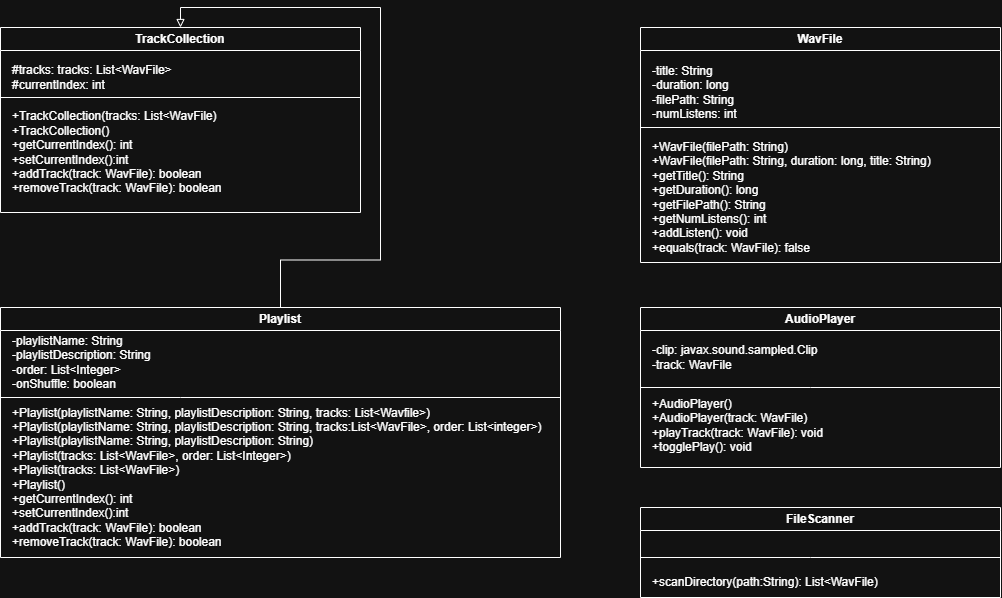
Earlier version of the draw.io export docs/FinalProjectUML.png (rodionzuban/sdev200-final-project). Source tidied: cells renumbered, new cells last; positions are measured from the earlier drawing's top-left corner, leaving out a move shared by most shapes.
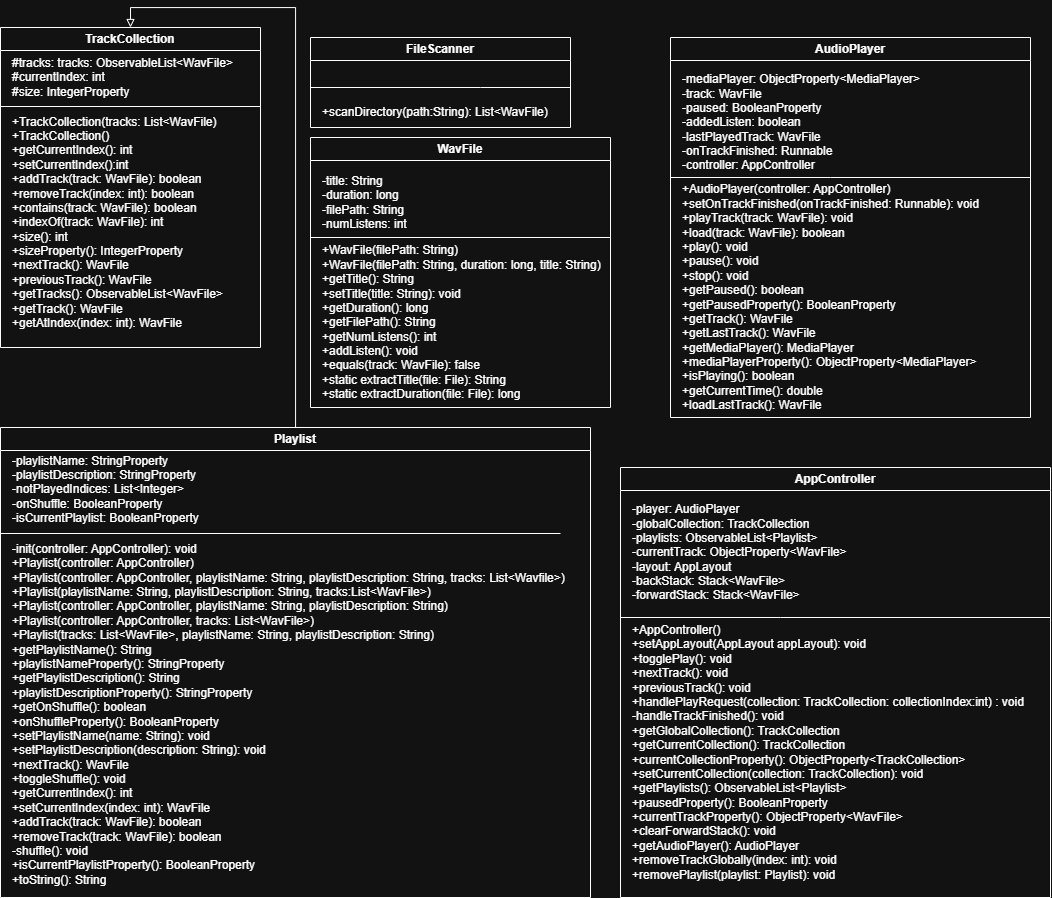
After the commit.

Diff of the diagram source:
```diff
@@ -3,75 +3,73 @@
     <mxCell id="0" />
     <mxCell id="1" parent="0" />
     <mxCell id="2" value="WavFile" style="swimlane;whiteSpace=wrap;html=1;" parent="1" vertex="1">
-      <mxGeometry x="640" width="360" height="235" as="geometry" />
+      <mxGeometry x="310" y="110" width="300" height="270" as="geometry" />
     </mxCell>
     <mxCell id="3" value="-title: String&lt;div&gt;-duration: long&lt;/div&gt;&lt;div&gt;-filePath: String&lt;/div&gt;&lt;div&gt;-numListens: int&lt;/div&gt;" style="text;html=1;align=left;verticalAlign=middle;strokeColor=none;fillColor=none;" parent="2" vertex="1">
       <mxGeometry x="10" y="30" width="110" height="70" as="geometry" />
     </mxCell>
-    <mxCell id="4" value="&lt;div&gt;+WavFile(filePath: String)&lt;/div&gt;&lt;div&gt;+WavFile(filePath: String, duration: long, title: String)&lt;/div&gt;+getTitle(): String&lt;div&gt;+getDuration(): long&lt;/div&gt;&lt;div&gt;+getFilePath(): String&lt;/div&gt;&lt;div&gt;+getNumListens(): int&lt;/div&gt;&lt;div&gt;+addListen(): void&lt;/div&gt;&lt;div&gt;+equals(track: WavFile): false&lt;/div&gt;" style="text;html=1;align=left;verticalAlign=middle;strokeColor=none;fillColor=none;" parent="2" vertex="1">
-      <mxGeometry x="10" y="105" width="300" height="130" as="geometry" />
+    <mxCell id="4" value="&lt;div&gt;+WavFile(filePath: String)&lt;/div&gt;&lt;div&gt;+WavFile(filePath: String, duration: long, title: String)&lt;/div&gt;+getTitle(): String&lt;div&gt;+setTitle(title: String): void&lt;br&gt;&lt;div&gt;+getDuration(): long&lt;/div&gt;&lt;div&gt;+getFilePath(): String&lt;/div&gt;&lt;div&gt;+getNumListens(): int&lt;/div&gt;&lt;div&gt;+addListen(): void&lt;/div&gt;&lt;div&gt;+equals(track: WavFile): false&lt;/div&gt;&lt;/div&gt;&lt;div&gt;+static extractTitle(file: File): String&lt;/div&gt;&lt;div&gt;+static extractDuration(file: File): long&lt;/div&gt;" style="text;html=1;align=left;verticalAlign=middle;strokeColor=none;fillColor=none;" parent="2" vertex="1">
+      <mxGeometry x="10" y="100" width="300" height="170" as="geometry" />
     </mxCell>
     <mxCell id="5" style="endArrow=none;html=1;rounded=0;" parent="2" edge="1">
       <mxGeometry relative="1" as="geometry">
         <mxPoint y="100" as="sourcePoint" />
-        <mxPoint x="360" y="100" as="targetPoint" />
+        <mxPoint x="300" y="100" as="targetPoint" />
       </mxGeometry>
     </mxCell>
     <mxCell id="6" value="TrackCollection" style="swimlane;whiteSpace=wrap;html=1;" parent="1" vertex="1">
-      <mxGeometry width="360" height="185" as="geometry" />
+      <mxGeometry width="260" height="320" as="geometry" />
     </mxCell>
-    <mxCell id="7" value="#tracks: tracks: List&amp;lt;WavFile&amp;gt;&lt;div&gt;#currentIndex: int&lt;/div&gt;" style="text;html=1;align=left;verticalAlign=middle;strokeColor=none;fillColor=none;" parent="6" vertex="1">
-      <mxGeometry x="10" y="30" width="180" height="40" as="geometry" />
+    <mxCell id="7" value="#tracks: tracks: ObservableList&amp;lt;WavFile&amp;gt;&lt;div&gt;#currentIndex: int&lt;/div&gt;&lt;div&gt;#size: IntegerProperty&lt;/div&gt;" style="text;html=1;align=left;verticalAlign=middle;strokeColor=none;fillColor=none;" parent="6" vertex="1">
+      <mxGeometry x="10" y="20" width="240" height="60" as="geometry" />
     </mxCell>
-    <mxCell id="8" value="&lt;div&gt;+TrackCollection(tracks: List&amp;lt;WavFile)&lt;/div&gt;&lt;div&gt;+TrackCollection()&lt;/div&gt;+getCurrentIndex(): int&lt;div&gt;+setCurrentIndex():int&lt;/div&gt;&lt;div&gt;+addTrack(track: WavFile): boolean&lt;/div&gt;&lt;div&gt;+removeTrack(track: WavFile): boolean&lt;/div&gt;" style="text;html=1;align=left;verticalAlign=middle;strokeColor=none;fillColor=none;" parent="6" vertex="1">
-      <mxGeometry x="10" y="75" width="230" height="100" as="geometry" />
+    <mxCell id="8" value="&lt;div&gt;+TrackCollection(tracks: List&amp;lt;WavFile)&lt;/div&gt;&lt;div&gt;+TrackCollection()&lt;/div&gt;+getCurrentIndex(): int&lt;div&gt;+setCurrentIndex():int&lt;/div&gt;&lt;div&gt;+addTrack(track: WavFile): boolean&lt;/div&gt;&lt;div&gt;+removeTrack(index: int): boolean&lt;/div&gt;&lt;div&gt;+contains(track: WavFile): boolean&lt;/div&gt;&lt;div&gt;+indexOf(track: WavFile): int&lt;/div&gt;&lt;div&gt;+size(): int&lt;/div&gt;&lt;div&gt;+sizeProperty(): IntegerProperty&lt;/div&gt;&lt;div&gt;+nextTrack(): WavFile&lt;/div&gt;&lt;div&gt;+previousTrack(): WavFile&lt;/div&gt;&lt;div&gt;+getTracks(): ObservableList&amp;lt;WavFile&amp;gt;&lt;/div&gt;&lt;div&gt;+getTrack(): WavFile&lt;/div&gt;&lt;div&gt;+getAtIndex(index: int): WavFile&lt;/div&gt;" style="text;html=1;align=left;verticalAlign=middle;strokeColor=none;fillColor=none;" parent="6" vertex="1">
+      <mxGeometry x="10" y="80" width="230" height="230" as="geometry" />
     </mxCell>
-    <mxCell id="9" style="endArrow=none;html=1;rounded=0;" parent="1" edge="1">
+    <mxCell id="9" style="endArrow=none;html=1;rounded=0;" parent="6" edge="1">
       <mxGeometry relative="1" as="geometry">
-        <mxPoint y="70" as="sourcePoint" />
-        <mxPoint x="360" y="70" as="targetPoint" />
+        <mxPoint y="79" as="sourcePoint" />
+        <mxPoint x="260" y="79" as="targetPoint" />
       </mxGeometry>
     </mxCell>
     <mxCell id="10" style="edgeStyle=orthogonalEdgeStyle;rounded=0;jettySize=auto;html=1;entryX=0.5;entryY=0;entryDx=0;entryDy=0;endArrow=block;endFill=0;" parent="1" edge="1" source="11" target="6">
       <mxGeometry relative="1" as="geometry" />
     </mxCell>
     <mxCell id="11" value="Playlist" style="swimlane;whiteSpace=wrap;html=1;" parent="1" vertex="1">
-      <mxGeometry y="280" width="560" height="250" as="geometry" />
+      <mxGeometry y="400" width="590" height="470" as="geometry" />
     </mxCell>
-    <mxCell id="12" value="-playlistName: String&lt;div&gt;-playlistDescription: String&lt;/div&gt;&lt;div&gt;-order: List&amp;lt;Integer&amp;gt;&lt;/div&gt;&lt;div&gt;-onShuffle: boolean&lt;/div&gt;" style="text;html=1;align=left;verticalAlign=middle;strokeColor=none;fillColor=none;" parent="11" vertex="1">
-      <mxGeometry x="10" y="20" width="160" height="70" as="geometry" />
+    <mxCell id="12" value="-playlistName: StringProperty&lt;div&gt;-playlistDescription: StringProperty&lt;/div&gt;&lt;div&gt;-notPlayedIndices: List&amp;lt;Integer&amp;gt;&lt;/div&gt;&lt;div&gt;-onShuffle: BooleanProperty&lt;/div&gt;&lt;div&gt;-isCurrentPlaylist: BooleanProperty&lt;/div&gt;" style="text;html=1;align=left;verticalAlign=middle;strokeColor=none;fillColor=none;" parent="11" vertex="1">
+      <mxGeometry x="10" y="17" width="210" height="90" as="geometry" />
     </mxCell>
-    <mxCell id="13" value="&lt;div&gt;+Playlist(playlistName: String, playlistDescription: String, tracks: List&amp;lt;Wavfile&amp;gt;)&lt;/div&gt;&lt;div&gt;+Playlist(playlistName: String, playlistDescription: String, tracks:List&amp;lt;WavFile&amp;gt;, order: List&amp;lt;integer&amp;gt;)&lt;/div&gt;&lt;div&gt;+Playlist(playlistName: String, playlistDescription: String)&lt;/div&gt;&lt;div&gt;+Playlist(tracks: List&amp;lt;WavFile&amp;gt;, order: List&amp;lt;Integer&amp;gt;)&lt;/div&gt;&lt;div&gt;+Playlist(tracks: List&amp;lt;WavFile&amp;gt;)&lt;/div&gt;&lt;div&gt;+Playlist()&lt;/div&gt;+getCurrentIndex(): int&lt;div&gt;+setCurrentIndex():int&lt;/div&gt;&lt;div&gt;+addTrack(track: WavFile): boolean&lt;/div&gt;&lt;div&gt;+removeTrack(track: WavFile): boolean&lt;/div&gt;" style="text;html=1;align=left;verticalAlign=middle;points=[];strokeColor=none;fillColor=none;" parent="11" vertex="1">
-      <mxGeometry x="10" y="90" width="550" height="160" as="geometry" />
+    <mxCell id="13" value="&lt;div&gt;-init(controller: AppController): void&lt;/div&gt;&lt;div&gt;+Playlist(controller: AppController)&lt;/div&gt;&lt;div&gt;+Playlist(controller: AppController, playlistName: String, playlistDescription: String, tracks: List&amp;lt;Wavfile&amp;gt;)&lt;/div&gt;&lt;div&gt;+Playlist(playlistName: String, playlistDescription: String, tracks:List&amp;lt;WavFile&amp;gt;)&lt;/div&gt;&lt;div&gt;+Playlist(controller: AppController, playlistName: String, playlistDescription: String)&lt;/div&gt;&lt;div&gt;+Playlist(controller: AppController, tracks: List&amp;lt;WavFile&amp;gt;)&lt;/div&gt;&lt;div&gt;+Playlist(tracks: List&amp;lt;WavFile&amp;gt;, playlistName: String, playlistDescription: String)&lt;/div&gt;&lt;div&gt;+getPlaylistName(): String&lt;/div&gt;&lt;div&gt;+playlistNameProperty(): StringProperty&lt;/div&gt;&lt;div&gt;+getPlaylistDescription(): String&lt;/div&gt;&lt;div&gt;+playlistDescriptionProperty(): StringProperty&lt;/div&gt;&lt;div&gt;+getOnShuffle(): boolean&lt;/div&gt;&lt;div&gt;+onShuffleProperty(): BooleanProperty&lt;/div&gt;&lt;div&gt;+setPlaylistName(name: String): void&lt;/div&gt;&lt;div&gt;+setPlaylistDescription(description: String): void&lt;/div&gt;&lt;div&gt;+nextTrack(): WavFile&lt;/div&gt;&lt;div&gt;+toggleShuffle(): void&lt;br&gt;&lt;/div&gt;+getCurrentIndex(): int&lt;div&gt;+setCurrentIndex(index: int): WavFile&lt;/div&gt;&lt;div&gt;+addTrack(track: WavFile): boolean&lt;/div&gt;&lt;div&gt;+removeTrack(track: WavFile): boolean&lt;/div&gt;&lt;div&gt;-shuffle(): void&lt;/div&gt;&lt;div&gt;+isCurrentPlaylistProperty(): BooleanProperty&lt;/div&gt;&lt;div&gt;+toString(): String&lt;/div&gt;" style="text;html=1;align=left;verticalAlign=middle;points=[];strokeColor=none;fillColor=none;" parent="11" vertex="1">
+      <mxGeometry x="10" y="107" width="580" height="360" as="geometry" />
     </mxCell>
-    <mxCell id="14" style="endArrow=none;html=1;rounded=0;entryX=1;entryY=0;entryDx=0;entryDy=0;entryPerimeter=0;" parent="1" edge="1" target="13">
+    <mxCell id="14" style="endArrow=none;html=1;rounded=0;" parent="11" edge="1">
       <mxGeometry relative="1" as="geometry">
-        <mxPoint y="370" as="sourcePoint" />
-        <Array as="points">
-          <mxPoint x="180" y="370" />
-        </Array>
+        <mxPoint y="106" as="sourcePoint" />
+        <mxPoint x="560" y="106" as="targetPoint" />
       </mxGeometry>
     </mxCell>
     <mxCell id="15" value="AudioPlayer" style="swimlane;whiteSpace=wrap;html=1;" parent="1" vertex="1">
-      <mxGeometry x="640" y="280" width="360" height="160" as="geometry" />
+      <mxGeometry x="670" y="10" width="360" height="380" as="geometry" />
     </mxCell>
-    <mxCell id="16" value="-clip: javax.sound.sampled.Clip&lt;div&gt;-track: WavFile&lt;/div&gt;" style="text;html=1;align=left;verticalAlign=middle;strokeColor=none;fillColor=none;" parent="15" vertex="1">
-      <mxGeometry x="10" y="30" width="190" height="40" as="geometry" />
+    <mxCell id="16" value="-mediaPlayer: ObjectProperty&amp;lt;MediaPlayer&amp;gt;&lt;div&gt;-track: WavFile&lt;/div&gt;&lt;div&gt;-paused: BooleanProperty&lt;/div&gt;&lt;div&gt;-addedListen: boolean&lt;/div&gt;&lt;div&gt;-lastPlayedTrack: WavFile&lt;/div&gt;&lt;div&gt;-onTrackFinished: Runnable&lt;/div&gt;&lt;div&gt;-controller: AppController&lt;/div&gt;" style="text;html=1;align=left;verticalAlign=middle;strokeColor=none;fillColor=none;" parent="15" vertex="1">
+      <mxGeometry x="10" y="30" width="260" height="110" as="geometry" />
     </mxCell>
-    <mxCell id="17" value="&lt;div&gt;+AudioPlayer()&lt;/div&gt;&lt;div&gt;+AudioPlayer(track: WavFile)&lt;/div&gt;+playTrack(track: WavFile): void&lt;div&gt;+togglePlay(): void&lt;/div&gt;" style="text;html=1;align=left;verticalAlign=middle;strokeColor=none;fillColor=none;" parent="15" vertex="1">
-      <mxGeometry x="10" y="82.5" width="190" height="70" as="geometry" />
+    <mxCell id="17" value="&lt;div&gt;+AudioPlayer(controller: AppController)&lt;/div&gt;&lt;div&gt;+setOnTrackFinished(onTrackFinished: Runnable): void&lt;/div&gt;+playTrack(track: WavFile): void&lt;div&gt;+load(track: WavFile): boolean&lt;/div&gt;&lt;div&gt;+play(): void&lt;/div&gt;&lt;div&gt;+pause(): void&lt;/div&gt;&lt;div&gt;+stop(): void&lt;/div&gt;&lt;div&gt;+getPaused(): boolean&lt;/div&gt;&lt;div&gt;+getPausedProperty(): BooleanProperty&lt;/div&gt;&lt;div&gt;+getTrack(): WavFile&lt;/div&gt;&lt;div&gt;+getLastTrack(): WavFile&lt;/div&gt;&lt;div&gt;+getMediaPlayer(): MediaPlayer&lt;/div&gt;&lt;div&gt;+mediaPlayerProperty(): ObjectProperty&amp;lt;MediaPlayer&amp;gt;&lt;/div&gt;&lt;div&gt;+isPlaying(): boolean&lt;/div&gt;&lt;div&gt;+getCurrentTime(): double&lt;/div&gt;&lt;div&gt;+loadLastTrack(): WavFile&lt;/div&gt;" style="text;html=1;align=left;verticalAlign=middle;strokeColor=none;fillColor=none;" parent="15" vertex="1">
+      <mxGeometry x="10" y="140" width="320" height="240" as="geometry" />
     </mxCell>
-    <mxCell id="18" style="endArrow=none;html=1;rounded=0;" parent="15" edge="1">
+    <mxCell id="18" style="endArrow=none;html=1;rounded=0;exitX=0;exitY=1;exitDx=0;exitDy=0;exitPerimeter=0;" parent="15" edge="1">
       <mxGeometry relative="1" as="geometry">
-        <mxPoint y="80" as="sourcePoint" />
-        <mxPoint x="360" y="80" as="targetPoint" />
+        <mxPoint y="140" as="sourcePoint" />
+        <mxPoint x="360" y="140" as="targetPoint" />
         <Array as="points">
-          <mxPoint x="170" y="80" />
+          <mxPoint x="160" y="140" />
         </Array>
       </mxGeometry>
     </mxCell>
     <mxCell id="19" value="FileScanner" style="swimlane;whiteSpace=wrap;html=1;" parent="1" vertex="1">
-      <mxGeometry x="640" y="480" width="360" height="90" as="geometry" />
+      <mxGeometry x="310" y="10" width="260" height="90" as="geometry" />
     </mxCell>
     <mxCell id="20" value="+scanDirectory(path:String): List&amp;lt;WavFile)" style="text;html=1;align=left;verticalAlign=middle;strokeColor=none;fillColor=none;" parent="19" vertex="1">
       <mxGeometry x="10" y="60" width="250" height="30" as="geometry" />
@@ -79,11 +77,29 @@
     <mxCell id="21" style="endArrow=none;html=1;rounded=0;" parent="19" edge="1">
       <mxGeometry relative="1" as="geometry">
         <mxPoint y="50" as="sourcePoint" />
-        <mxPoint x="360" y="50" as="targetPoint" />
+        <mxPoint x="260" y="50" as="targetPoint" />
         <Array as="points">
           <mxPoint x="170" y="50" />
         </Array>
       </mxGeometry>
     </mxCell>
+    <mxCell id="22" value="AppController" style="swimlane;whiteSpace=wrap;html=1;" parent="1" vertex="1">
+      <mxGeometry x="620" y="440" width="430" height="430" as="geometry" />
+    </mxCell>
+    <mxCell id="23" value="-player: AudioPlayer&lt;div&gt;-globalCollection: TrackCollection&lt;/div&gt;&lt;div&gt;-playlists: ObservableList&amp;lt;Playlist&amp;gt;&lt;/div&gt;&lt;div&gt;-currentTrack: ObjectProperty&amp;lt;WavFile&amp;gt;&lt;/div&gt;&lt;div&gt;-layout: AppLayout&lt;/div&gt;&lt;div&gt;-backStack: Stack&amp;lt;WavFile&amp;gt;&lt;/div&gt;&lt;div&gt;-forwardStack: Stack&amp;lt;WavFile&amp;gt;&lt;/div&gt;" style="text;html=1;align=left;verticalAlign=middle;strokeColor=none;fillColor=none;" parent="22" vertex="1">
+      <mxGeometry x="10" y="30" width="240" height="110" as="geometry" />
+    </mxCell>
+    <mxCell id="24" style="endArrow=none;html=1;rounded=0;exitX=0;exitY=1;exitDx=0;exitDy=0;exitPerimeter=0;" parent="22" edge="1">
+      <mxGeometry relative="1" as="geometry">
+        <mxPoint y="150" as="sourcePoint" />
+        <mxPoint x="430" y="150" as="targetPoint" />
+        <Array as="points">
+          <mxPoint x="160" y="150" />
+        </Array>
+      </mxGeometry>
+    </mxCell>
+    <mxCell id="25" value="+AppController()&lt;div&gt;+setAppLayout(AppLayout appLayout): void&lt;/div&gt;&lt;div&gt;+togglePlay(): void&lt;/div&gt;&lt;div&gt;+nextTrack(): void&lt;/div&gt;&lt;div&gt;+previousTrack(): void&lt;/div&gt;&lt;div&gt;+handlePlayRequest(collection: TrackCollection: collectionIndex:int) : void&lt;/div&gt;&lt;div&gt;-handleTrackFinished(): void&lt;/div&gt;&lt;div&gt;+getGlobalCollection(): TrackCollection&lt;/div&gt;&lt;div&gt;+getCurrentCollection(): TrackCollection&lt;/div&gt;&lt;div&gt;+currentCollectionProperty(): ObjectProperty&amp;lt;TrackCollection&amp;gt;&lt;/div&gt;&lt;div&gt;+setCurrentCollection(collection: TrackCollection): void&lt;/div&gt;&lt;div&gt;+getPlaylists(): ObservableList&amp;lt;Playlist&amp;gt;&lt;/div&gt;&lt;div&gt;+pausedProperty(): BooleanProperty&lt;/div&gt;&lt;div&gt;+currentTrackProperty(): ObjectProperty&amp;lt;WavFile&amp;gt;&lt;/div&gt;&lt;div&gt;+clearForwardStack(): void&lt;/div&gt;&lt;div&gt;+getAudioPlayer(): AudioPlayer&lt;/div&gt;&lt;div&gt;+removeTrackGlobally(index: int): void&lt;/div&gt;&lt;div&gt;+removePlaylist(playlist: Playlist): void&lt;/div&gt;" style="text;html=1;align=left;verticalAlign=middle;strokeColor=none;fillColor=none;" parent="22" vertex="1">
+      <mxGeometry x="10" y="150" width="420" height="270" as="geometry" />
+    </mxCell>
   </root>
 </mxGraphModel>
```
